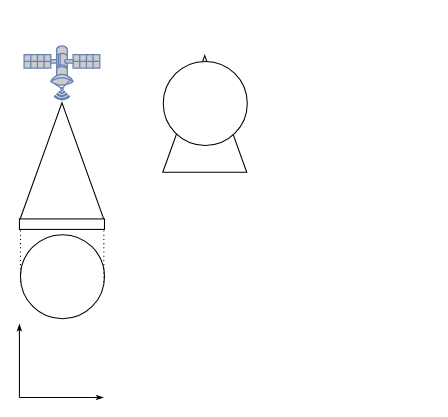
skgiter/drawIO keeps this draw.io diagram as 7.4.drawio. Above is the earlier version. Source tidied: cells renumbered, new cells numbered last; positions are measured from the earlier drawing's top-left corner, leaving out a move shared by most shapes. Both pictures are drawn from the tidied source at 105%, with x=0, y=0 at pixel (3, 29).
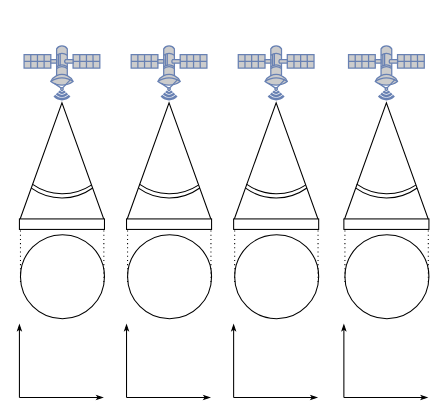
After the change.

Change to the diagram source:
```diff
@@
-    <mxCell id="10" style="triangle;whiteSpace=wrap;html=1;fontFamily=Helvetica;fontSize=12;fontColor=rgb(0, 0, 0);align=center;strokeColor=rgb(0, 0, 0);fillColor=rgb(255, 255, 255);rotation=-90;" parent="1" vertex="1">
-      <mxGeometry x="136" y="40" width="111" height="80" as="geometry" />
-    </mxCell>
-    <mxCell id="11" style="ellipse;whiteSpace=wrap;html=1;" parent="1" vertex="1">
-      <mxGeometry x="152" y="30" width="80" height="80" as="geometry" />
-    </mxCell>
+    <mxCell id="12" style="group;" parent="1" vertex="1">
+      <mxGeometry x="5.5" y="56" width="100.5" height="104" as="geometry" />
+    </mxCell>
+    <mxCell id="13" style="verticalLabelPosition=bottom;verticalAlign=top;html=1;shape=mxgraph.basic.arc;startAngle=0.40038097503927417;endAngle=0.5989014832789807;" parent="12" vertex="1">
+      <mxGeometry y="4" width="100" height="100" as="geometry" />
+    </mxCell>
+    <mxCell id="14" style="verticalLabelPosition=bottom;verticalAlign=top;html=1;shape=mxgraph.basic.arc;startAngle=0.40738692403756394;endAngle=0.5975949807136545;" parent="12" vertex="1">
+      <mxGeometry x="0.5" width="100" height="100" as="geometry" />
+    </mxCell>
+    <mxCell id="15" style="fontColor=#0066CC;verticalAlign=top;verticalLabelPosition=bottom;labelPosition=center;align=center;html=1;fillColor=#CCCCCC;strokeColor=#6881B3;gradientColor=none;gradientDirection=north;strokeWidth=2;shape=mxgraph.networks.satellite;rotation=-45;" parent="1" vertex="1">
+      <mxGeometry x="127.5" width="60" height="60" as="geometry" />
+    </mxCell>
+    <mxCell id="16" style="ellipse;whiteSpace=wrap;html=1;" parent="1" vertex="1">
+      <mxGeometry x="118" y="195" width="80" height="80" as="geometry" />
+    </mxCell>
+    <mxCell id="17" style="triangle;whiteSpace=wrap;html=1;fontFamily=Helvetica;fontSize=12;fontColor=rgb(0, 0, 0);align=center;strokeColor=rgb(0, 0, 0);fillColor=rgb(255, 255, 255);rotation=-90;" parent="1" vertex="1">
+      <mxGeometry x="102" y="85" width="111" height="80" as="geometry" />
+    </mxCell>
+    <mxCell id="18" style="rounded=0;whiteSpace=wrap;html=1;" parent="1" vertex="1">
+      <mxGeometry x="117" y="180" width="81" height="10" as="geometry" />
+    </mxCell>
+    <mxCell id="19" style="endArrow=none;dashed=1;html=1;dashPattern=1 3;strokeWidth=1;rounded=0;jumpSize=4;" parent="1" edge="1">
+      <mxGeometry relative="1" as="geometry">
+        <mxPoint x="118" y="240" as="sourcePoint" />
+        <mxPoint x="118" y="190" as="targetPoint" />
+      </mxGeometry>
+    </mxCell>
+    <mxCell id="20" style="endArrow=none;dashed=1;html=1;dashPattern=1 3;strokeWidth=1;rounded=0;jumpSize=4;" parent="1" edge="1">
+      <mxGeometry relative="1" as="geometry">
+        <mxPoint x="197.4" y="240" as="sourcePoint" />
+        <mxPoint x="197.4" y="190" as="targetPoint" />
+      </mxGeometry>
+    </mxCell>
+    <mxCell id="21" style="endArrow=classicThin;html=1;rounded=0;strokeWidth=1;jumpSize=4;endFill=1;startSize=6;endSize=4;" parent="1" edge="1">
+      <mxGeometry relative="1" as="geometry">
+        <mxPoint x="117" y="350" as="sourcePoint" />
+        <mxPoint x="197" y="350" as="targetPoint" />
+      </mxGeometry>
+    </mxCell>
+    <mxCell id="22" style="endArrow=classicThin;html=1;rounded=0;strokeWidth=1;jumpSize=4;endFill=1;endSize=4;" parent="1" edge="1">
+      <mxGeometry relative="1" as="geometry">
+        <mxPoint x="117" y="350" as="sourcePoint" />
+        <mxPoint x="117" y="280" as="targetPoint" />
+      </mxGeometry>
+    </mxCell>
+    <mxCell id="23" style="group;" parent="1" vertex="1">
+      <mxGeometry x="107.5" y="56" width="100.5" height="104" as="geometry" />
+    </mxCell>
+    <mxCell id="24" style="verticalLabelPosition=bottom;verticalAlign=top;html=1;shape=mxgraph.basic.arc;startAngle=0.40038097503927417;endAngle=0.5989014832789807;" parent="23" vertex="1">
+      <mxGeometry y="4" width="100" height="100" as="geometry" />
+    </mxCell>
+    <mxCell id="25" style="verticalLabelPosition=bottom;verticalAlign=top;html=1;shape=mxgraph.basic.arc;startAngle=0.40738692403756394;endAngle=0.5975949807136545;" parent="23" vertex="1">
+      <mxGeometry x="0.5" width="100" height="100" as="geometry" />
+    </mxCell>
+    <mxCell id="26" style="fontColor=#0066CC;verticalAlign=top;verticalLabelPosition=bottom;labelPosition=center;align=center;html=1;fillColor=#CCCCCC;strokeColor=#6881B3;gradientColor=none;gradientDirection=north;strokeWidth=2;shape=mxgraph.networks.satellite;rotation=-45;" parent="1" vertex="1">
+      <mxGeometry x="229.5" width="60" height="60" as="geometry" />
+    </mxCell>
+    <mxCell id="27" style="ellipse;whiteSpace=wrap;html=1;" parent="1" vertex="1">
+      <mxGeometry x="220" y="195" width="80" height="80" as="geometry" />
+    </mxCell>
+    <mxCell id="28" style="triangle;whiteSpace=wrap;html=1;fontFamily=Helvetica;fontSize=12;fontColor=rgb(0, 0, 0);align=center;strokeColor=rgb(0, 0, 0);fillColor=rgb(255, 255, 255);rotation=-90;" parent="1" vertex="1">
+      <mxGeometry x="204" y="85" width="111" height="80" as="geometry" />
+    </mxCell>
+    <mxCell id="29" style="rounded=0;whiteSpace=wrap;html=1;" parent="1" vertex="1">
+      <mxGeometry x="219" y="180" width="81" height="10" as="geometry" />
+    </mxCell>
+    <mxCell id="30" style="endArrow=none;dashed=1;html=1;dashPattern=1 3;strokeWidth=1;rounded=0;jumpSize=4;" parent="1" edge="1">
+      <mxGeometry relative="1" as="geometry">
+        <mxPoint x="220" y="240" as="sourcePoint" />
+        <mxPoint x="220" y="190" as="targetPoint" />
+      </mxGeometry>
+    </mxCell>
+    <mxCell id="31" style="endArrow=none;dashed=1;html=1;dashPattern=1 3;strokeWidth=1;rounded=0;jumpSize=4;" parent="1" edge="1">
+      <mxGeometry relative="1" as="geometry">
+        <mxPoint x="299.4" y="240" as="sourcePoint" />
+        <mxPoint x="299.4" y="190" as="targetPoint" />
+      </mxGeometry>
+    </mxCell>
+    <mxCell id="32" style="endArrow=classicThin;html=1;rounded=0;strokeWidth=1;jumpSize=4;endFill=1;startSize=6;endSize=4;" parent="1" edge="1">
+      <mxGeometry relative="1" as="geometry">
+        <mxPoint x="219" y="350" as="sourcePoint" />
+        <mxPoint x="299" y="350" as="targetPoint" />
+      </mxGeometry>
+    </mxCell>
+    <mxCell id="33" style="endArrow=classicThin;html=1;rounded=0;strokeWidth=1;jumpSize=4;endFill=1;endSize=4;" parent="1" edge="1">
+      <mxGeometry relative="1" as="geometry">
+        <mxPoint x="219" y="350" as="sourcePoint" />
+        <mxPoint x="219" y="280" as="targetPoint" />
+      </mxGeometry>
+    </mxCell>
+    <mxCell id="34" style="group;" parent="1" vertex="1">
+      <mxGeometry x="209.5" y="56" width="100.5" height="104" as="geometry" />
+    </mxCell>
+    <mxCell id="35" style="verticalLabelPosition=bottom;verticalAlign=top;html=1;shape=mxgraph.basic.arc;startAngle=0.40038097503927417;endAngle=0.5989014832789807;" parent="34" vertex="1">
+      <mxGeometry y="4" width="100" height="100" as="geometry" />
+    </mxCell>
+    <mxCell id="36" style="verticalLabelPosition=bottom;verticalAlign=top;html=1;shape=mxgraph.basic.arc;startAngle=0.40738692403756394;endAngle=0.5975949807136545;" parent="34" vertex="1">
+      <mxGeometry x="0.5" width="100" height="100" as="geometry" />
+    </mxCell>
+    <mxCell id="37" style="fontColor=#0066CC;verticalAlign=top;verticalLabelPosition=bottom;labelPosition=center;align=center;html=1;fillColor=#CCCCCC;strokeColor=#6881B3;gradientColor=none;gradientDirection=north;strokeWidth=2;shape=mxgraph.networks.satellite;rotation=-45;" parent="1" vertex="1">
+      <mxGeometry x="334.5" width="60" height="60" as="geometry" />
+    </mxCell>
+    <mxCell id="38" style="ellipse;whiteSpace=wrap;html=1;" parent="1" vertex="1">
+      <mxGeometry x="325" y="195" width="80" height="80" as="geometry" />
+    </mxCell>
+    <mxCell id="39" style="triangle;whiteSpace=wrap;html=1;fontFamily=Helvetica;fontSize=12;fontColor=rgb(0, 0, 0);align=center;strokeColor=rgb(0, 0, 0);fillColor=rgb(255, 255, 255);rotation=-90;" parent="1" vertex="1">
+      <mxGeometry x="309" y="85" width="111" height="80" as="geometry" />
+    </mxCell>
+    <mxCell id="40" style="rounded=0;whiteSpace=wrap;html=1;" parent="1" vertex="1">
+      <mxGeometry x="324" y="180" width="81" height="10" as="geometry" />
+    </mxCell>
+    <mxCell id="41" style="endArrow=none;dashed=1;html=1;dashPattern=1 3;strokeWidth=1;rounded=0;jumpSize=4;" parent="1" edge="1">
+      <mxGeometry relative="1" as="geometry">
+        <mxPoint x="325" y="240" as="sourcePoint" />
+        <mxPoint x="325" y="190" as="targetPoint" />
+      </mxGeometry>
+    </mxCell>
+    <mxCell id="42" style="endArrow=none;dashed=1;html=1;dashPattern=1 3;strokeWidth=1;rounded=0;jumpSize=4;" parent="1" edge="1">
+      <mxGeometry relative="1" as="geometry">
+        <mxPoint x="404.4" y="240" as="sourcePoint" />
+        <mxPoint x="404.4" y="190" as="targetPoint" />
+      </mxGeometry>
+    </mxCell>
+    <mxCell id="43" style="endArrow=classicThin;html=1;rounded=0;strokeWidth=1;jumpSize=4;endFill=1;startSize=6;endSize=4;" parent="1" edge="1">
+      <mxGeometry relative="1" as="geometry">
+        <mxPoint x="324" y="350" as="sourcePoint" />
+        <mxPoint x="404" y="350" as="targetPoint" />
+      </mxGeometry>
+    </mxCell>
+    <mxCell id="44" style="endArrow=classicThin;html=1;rounded=0;strokeWidth=1;jumpSize=4;endFill=1;endSize=4;" parent="1" edge="1">
+      <mxGeometry relative="1" as="geometry">
+        <mxPoint x="324" y="350" as="sourcePoint" />
+        <mxPoint x="324" y="280" as="targetPoint" />
+      </mxGeometry>
+    </mxCell>
+    <mxCell id="45" style="group;" parent="1" vertex="1">
+      <mxGeometry x="314.5" y="56" width="100.5" height="104" as="geometry" />
+    </mxCell>
+    <mxCell id="46" style="verticalLabelPosition=bottom;verticalAlign=top;html=1;shape=mxgraph.basic.arc;startAngle=0.40038097503927417;endAngle=0.5989014832789807;" parent="45" vertex="1">
+      <mxGeometry y="4" width="100" height="100" as="geometry" />
+    </mxCell>
+    <mxCell id="47" style="verticalLabelPosition=bottom;verticalAlign=top;html=1;shape=mxgraph.basic.arc;startAngle=0.40738692403756394;endAngle=0.5975949807136545;" parent="45" vertex="1">
+      <mxGeometry x="0.5" width="100" height="100" as="geometry" />
+    </mxCell>
```
